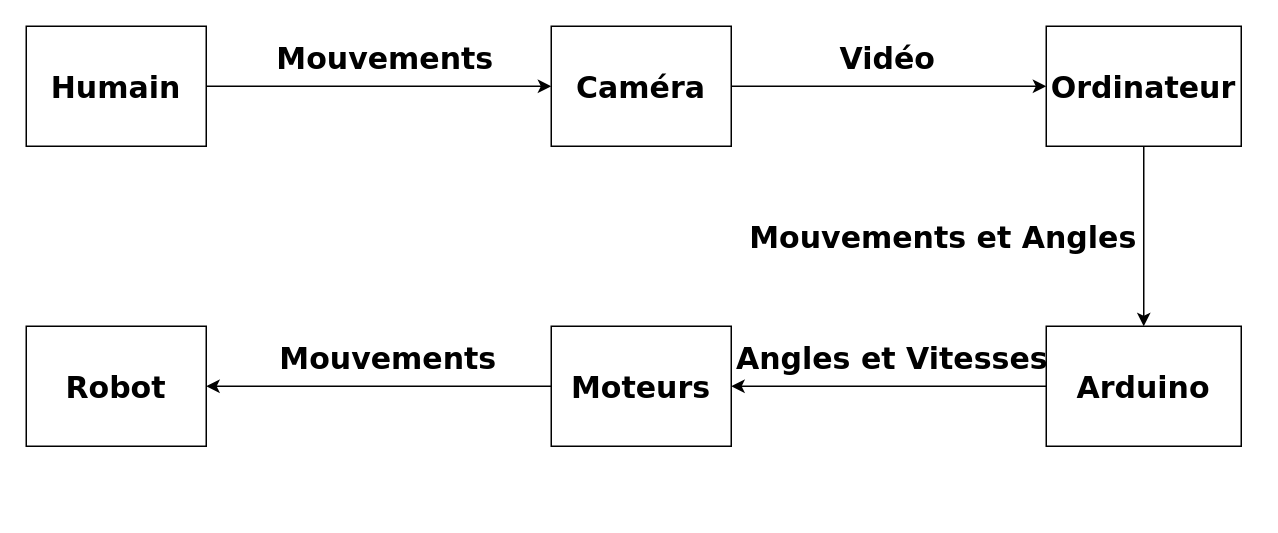
The draw.io diagram Images/Diagramme/UPPERCUT.drawio in ThomasMaher027/Uppercut, before the edit. Source tidied: cells renumbered, new cells numbered last; positions are measured from the earlier drawing's top-left corner, leaving out a move shared by most shapes. Both pictures are drawn from the tidied source at 150%, with x=0, y=0 at pixel (26, 26).
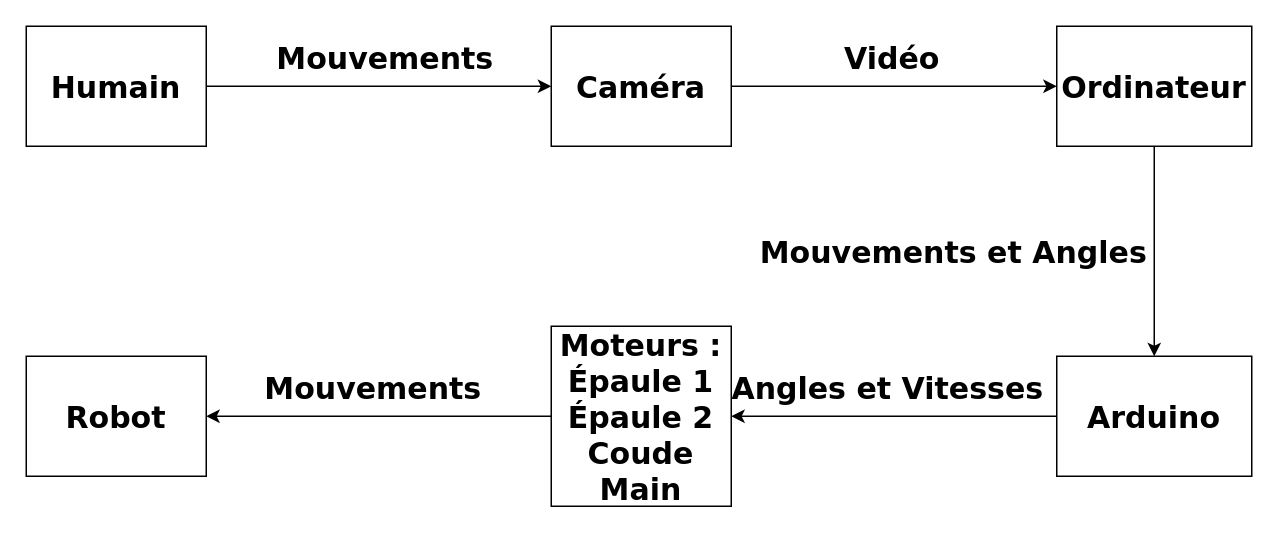
The same page after the edit.

The change refers to these unchanged cells:
```xml
<mxCell id="8" style="edgeStyle=orthogonalEdgeStyle;rounded=0;jettySize=auto;html=1;exitX=0;exitY=0.5;exitDx=0;exitDy=0;" parent="1" edge="1" source="10" target="13">
  <mxGeometry relative="1" as="geometry" />
</mxCell>
<mxCell id="11" style="edgeStyle=orthogonalEdgeStyle;rounded=0;jettySize=auto;html=1;exitX=0;exitY=0.5;exitDx=0;exitDy=0;entryX=1;entryY=0.5;entryDx=0;entryDy=0;" parent="1" edge="1" source="13" target="14">
  <mxGeometry relative="1" as="geometry" />
</mxCell>
```

Diff of the diagram source:
```diff
@@
     <mxCell id="7" value="&lt;font size=&quot;1&quot; style=&quot;&quot; face=&quot;Verdana&quot;&gt;&lt;b style=&quot;font-size: 20px;&quot;&gt;Ordinateur&lt;/b&gt;&lt;/font&gt;" style="rounded=0;whiteSpace=wrap;html=1;" parent="1" vertex="1">
-      <mxGeometry x="680" width="130" height="80" as="geometry" />
+      <mxGeometry x="687" width="130" height="80" as="geometry" />
     </mxCell>
@@
     <mxCell id="9" value="&lt;b&gt;&lt;font style=&quot;font-size: 20px;&quot; face=&quot;Verdana&quot;&gt;Angles et Vitesses&lt;/font&gt;&lt;/b&gt;" style="edgeLabel;html=1;align=center;verticalAlign=middle;" parent="8" vertex="1">
       <mxGeometry x="-0.11" relative="1" as="geometry">
-        <mxPoint x="-11" y="-20" as="offset" />
+        <mxPoint x="-17" y="-20" as="offset" />
       </mxGeometry>
     </mxCell>
     <mxCell id="10" value="&lt;font size=&quot;1&quot; style=&quot;&quot; face=&quot;Verdana&quot;&gt;&lt;b style=&quot;font-size: 20px;&quot;&gt;Arduino&lt;/b&gt;&lt;/font&gt;" style="rounded=0;whiteSpace=wrap;html=1;" parent="1" vertex="1">
-      <mxGeometry x="680" y="200" width="130" height="80" as="geometry" />
+      <mxGeometry x="687" y="220" width="130" height="80" as="geometry" />
     </mxCell>
@@
     <mxCell id="12" value="&lt;b style=&quot;border-color: var(--border-color);&quot;&gt;&lt;font style=&quot;border-color: var(--border-color); font-size: 20px;&quot; face=&quot;Verdana&quot;&gt;Mouvements&lt;/font&gt;&lt;/b&gt;" style="edgeLabel;html=1;align=center;verticalAlign=middle;" parent="11" vertex="1">
       <mxGeometry x="0.3" y="-1" relative="1" as="geometry">
-        <mxPoint x="40" y="-19" as="offset" />
+        <mxPoint x="30" y="-19" as="offset" />
       </mxGeometry>
     </mxCell>
-    <mxCell id="13" value="&lt;font size=&quot;1&quot; face=&quot;Verdana&quot; style=&quot;&quot;&gt;&lt;b style=&quot;font-size: 20px;&quot;&gt;Moteurs&lt;/b&gt;&lt;/font&gt;" style="rounded=0;whiteSpace=wrap;html=1;" parent="1" vertex="1">
-      <mxGeometry x="350" y="200" width="120" height="80" as="geometry" />
+    <mxCell id="13" value="&lt;font size=&quot;1&quot; face=&quot;Verdana&quot; style=&quot;&quot;&gt;&lt;b style=&quot;font-size: 20px;&quot;&gt;Moteurs :&lt;br&gt;Épaule 1&lt;br&gt;Épaule 2&lt;br&gt;Coude&lt;br&gt;Main&lt;br&gt;&lt;/b&gt;&lt;/font&gt;" style="rounded=0;whiteSpace=wrap;html=1;" parent="1" vertex="1">
+      <mxGeometry x="350" y="200" width="120" height="120" as="geometry" />
     </mxCell>
     <mxCell id="14" value="&lt;font style=&quot;&quot; face=&quot;Verdana&quot;&gt;&lt;b style=&quot;&quot;&gt;&lt;font style=&quot;font-size: 20px;&quot;&gt;Robot&lt;/font&gt;&lt;br&gt;&lt;/b&gt;&lt;/font&gt;" style="rounded=0;whiteSpace=wrap;html=1;" parent="1" vertex="1">
-      <mxGeometry y="200" width="120" height="80" as="geometry" />
+      <mxGeometry y="220" width="120" height="80" as="geometry" />
     </mxCell>
```
